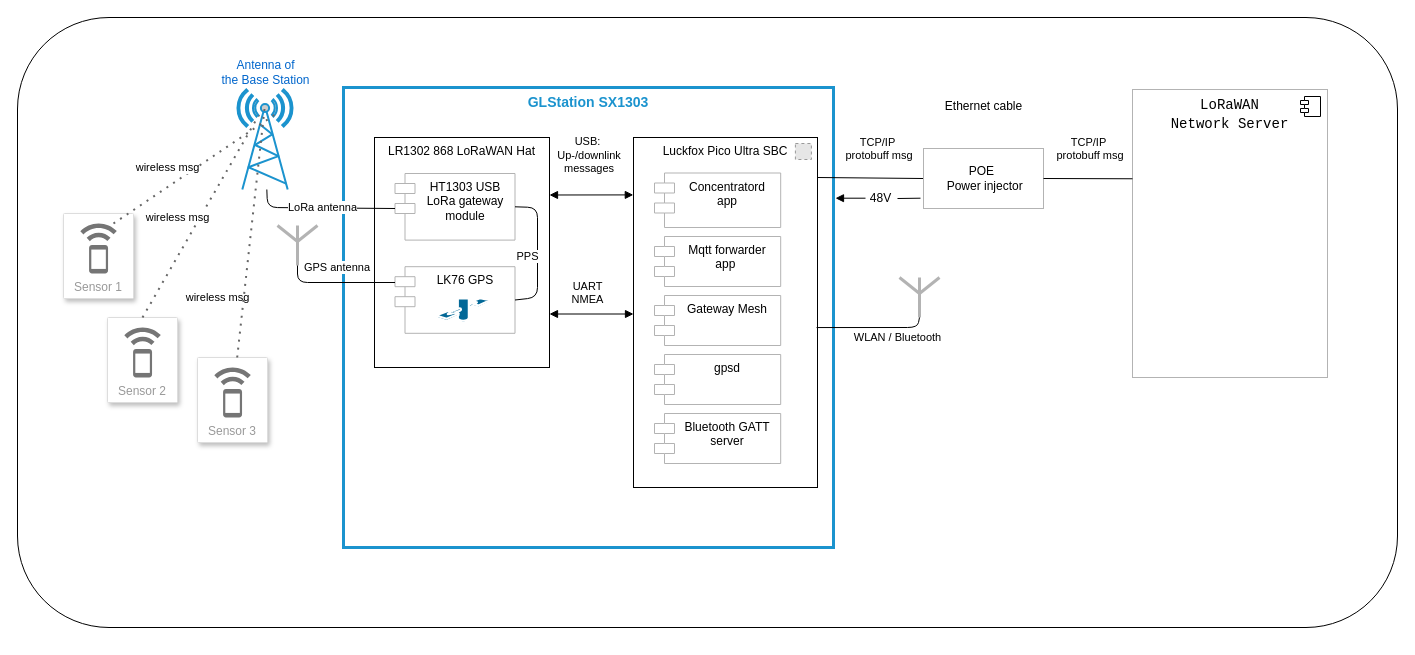
Before: pic/GLStation.drawio in LouneCode/GLStation, a draw.io diagram. Source tidied: cells renumbered, new cells numbered last; positions are measured from the earlier drawing's top-left corner, leaving out a move shared by most shapes. Both pictures are drawn from the tidied source at 100%, with x=0, y=0 at pixel (17, 17). Pictures stored in the file or linked from it are replaced by grey dashed boxes.
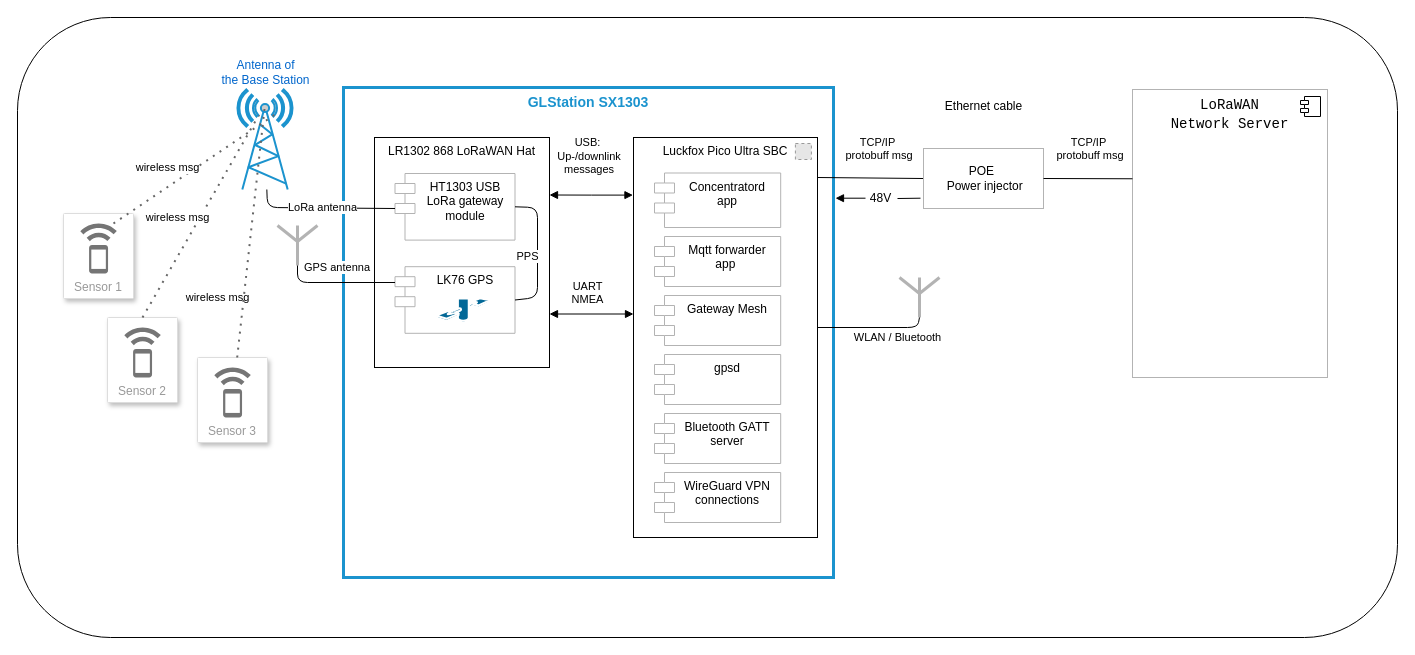
Above is the later version.

The change refers to these unchanged cells:
```xml
<mxCell id="15" value="LR1302 868 LoRaWAN Hat" style="rounded=0;whiteSpace=wrap;html=1;verticalAlign=top;" parent="14" vertex="1">
  <mxGeometry width="175" height="230" as="geometry" />
</mxCell>
```

What changed in the source:
```diff
@@
     <mxCell id="2" style="rounded=1;whiteSpace=wrap;html=1;labelBackgroundColor=#E6E6E6;" parent="1" vertex="1">
-      <mxGeometry width="1380" height="610" as="geometry" />
+      <mxGeometry width="1380" height="620" as="geometry" />
     </mxCell>
     <mxCell id="3" value="&lt;font style=&quot;font-size: 14px;&quot;&gt;&lt;b&gt;GLStation SX1303&lt;/b&gt;&lt;/font&gt;" style="html=1;whiteSpace=wrap;verticalAlign=top;strokeWidth=3;strokeColor=#1b93ce;fontColor=#1B93CE;" parent="1" vertex="1">
-      <mxGeometry x="326" y="70" width="490" height="460" as="geometry" />
+      <mxGeometry x="326" y="70" width="490" height="490" as="geometry" />
     </mxCell>
-    <mxCell id="4" value="USB:&lt;br&gt;&amp;nbsp;Up-/downlink&lt;br&gt;&amp;nbsp;messages" style="html=1;verticalAlign=bottom;endArrow=block;curved=0;rounded=0;entryX=1;entryY=0.25;entryDx=0;entryDy=0;exitX=-0.001;exitY=0.164;exitDx=0;exitDy=0;startArrow=block;startFill=1;exitPerimeter=0;" parent="1" edge="1" source="39" target="15">
+    <mxCell id="4" value="USB:&lt;br&gt;&amp;nbsp;Up-/downlink&lt;br&gt;&amp;nbsp;messages" style="html=1;verticalAlign=bottom;endArrow=block;rounded=0;entryX=1;entryY=0.25;entryDx=0;entryDy=0;exitX=-0.003;exitY=0.144;exitDx=0;exitDy=0;startArrow=block;startFill=1;exitPerimeter=0;edgeStyle=orthogonalEdgeStyle;" parent="1" edge="1" source="39" target="15">
       <mxGeometry x="0.1" y="-17" relative="1" as="geometry" />
     </mxCell>
@@
-    <mxCell id="37" value="UART&lt;br&gt;NMEA" style="html=1;verticalAlign=bottom;endArrow=block;curved=0;rounded=0;entryX=1;entryY=0.25;entryDx=0;entryDy=0;exitX=0;exitY=0.25;exitDx=0;exitDy=0;startArrow=block;startFill=1;" parent="1" edge="1">
+    <mxCell id="37" value="UART&lt;br&gt;NMEA" style="html=1;verticalAlign=bottom;endArrow=block;rounded=0;entryX=1;entryY=0.25;entryDx=0;entryDy=0;exitX=0;exitY=0.25;exitDx=0;exitDy=0;startArrow=block;startFill=1;edgeStyle=orthogonalEdgeStyle;" parent="1" edge="1">
       <mxGeometry x="0.1" y="-6" relative="1" as="geometry">
         <mxPoint x="616" y="296.5" as="sourcePoint" />
         <mxPoint x="532" y="296.5" as="targetPoint" />
       </mxGeometry>
     </mxCell>
@@
     <mxCell id="39" value="Luckfox Pico Ultra SBC" style="rounded=0;whiteSpace=wrap;html=1;verticalAlign=top;" parent="1" vertex="1">
-      <mxGeometry x="616" y="120" width="184" height="350" as="geometry" />
+      <mxGeometry x="616" y="120" width="184" height="400" as="geometry" />
     </mxCell>
@@
-    <mxCell id="46" value="WLAN / Bluetooth" style="endArrow=none;html=1;exitX=0.995;exitY=0.543;exitDx=0;exitDy=0;exitPerimeter=0;" parent="1" edge="1" source="39">
+    <mxCell id="46" value="WLAN / Bluetooth" style="endArrow=none;html=1;" parent="1" edge="1">
       <mxGeometry x="0.45" y="-10" relative="1" as="geometry">
+        <mxPoint x="800" y="310" as="sourcePoint" />
         <mxPoint x="902" y="300" as="targetPoint" />
         <Array as="points">
           <mxPoint x="900" y="310" />
         </Array>
       </mxGeometry>
     </mxCell>
@@
+    <mxCell id="48" value="WireGuard VPN connections" style="shape=module;align=left;spacingLeft=20;align=center;verticalAlign=top;whiteSpace=wrap;html=1;fillColor=default;strokeColor=#B3B3B3;" parent="1" vertex="1">
+      <mxGeometry x="637" y="455" width="126.2" height="50" as="geometry" />
+    </mxCell>
```
